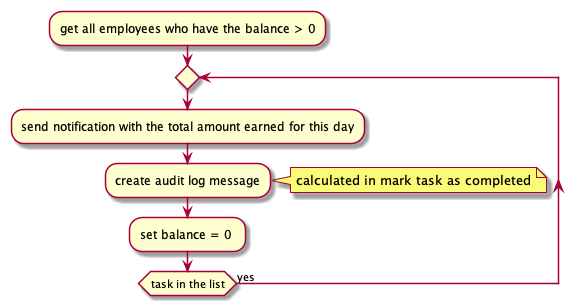
ximyro/async_architecture_course keeps this PlantUML diagram as diagrams/End of day calculation.png. Above is the earlier version.
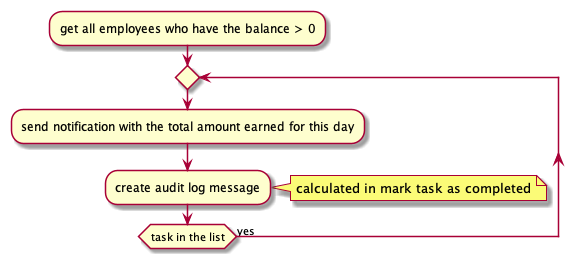
Later version of the same file.

The edit, as a diff of the source:
```diff
@@ -6,6 +6,5 @@
         note right
             calculated in mark task as completed
         end note
-        :set balance = 0 ;
     repeat while(task in the list) is (yes)
 @enduml
```
